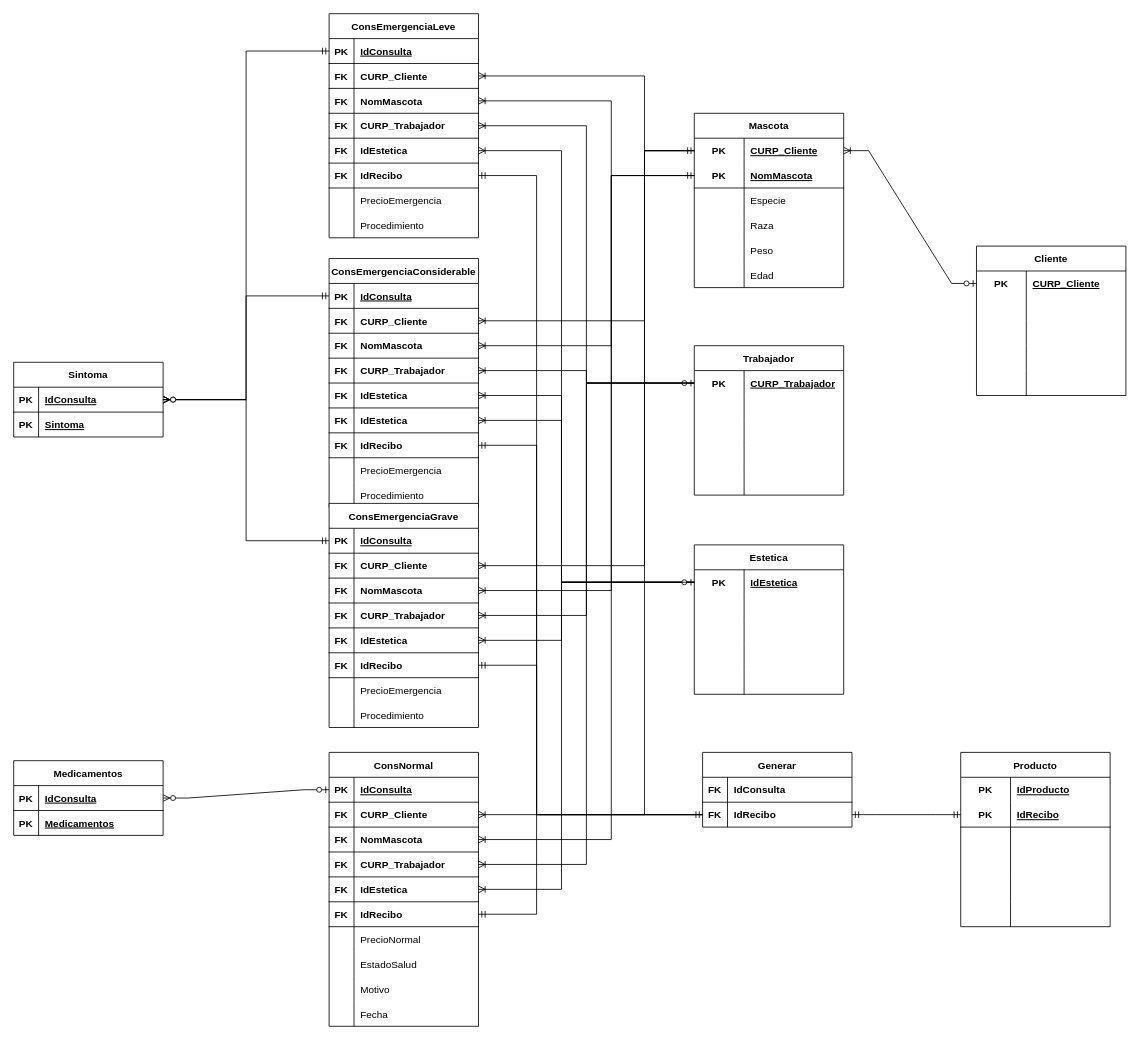
Earlier version of the draw.io diagram RelacionalAlfa.drawio (FBD-Alfa/Practica05). Source tidied: cells renumbered, new cells numbered last; positions are measured from the earlier drawing's top-left corner, leaving out a move shared by most shapes. Both pictures are drawn from the tidied source at 83%, with x=0, y=0 at pixel (13, 13).
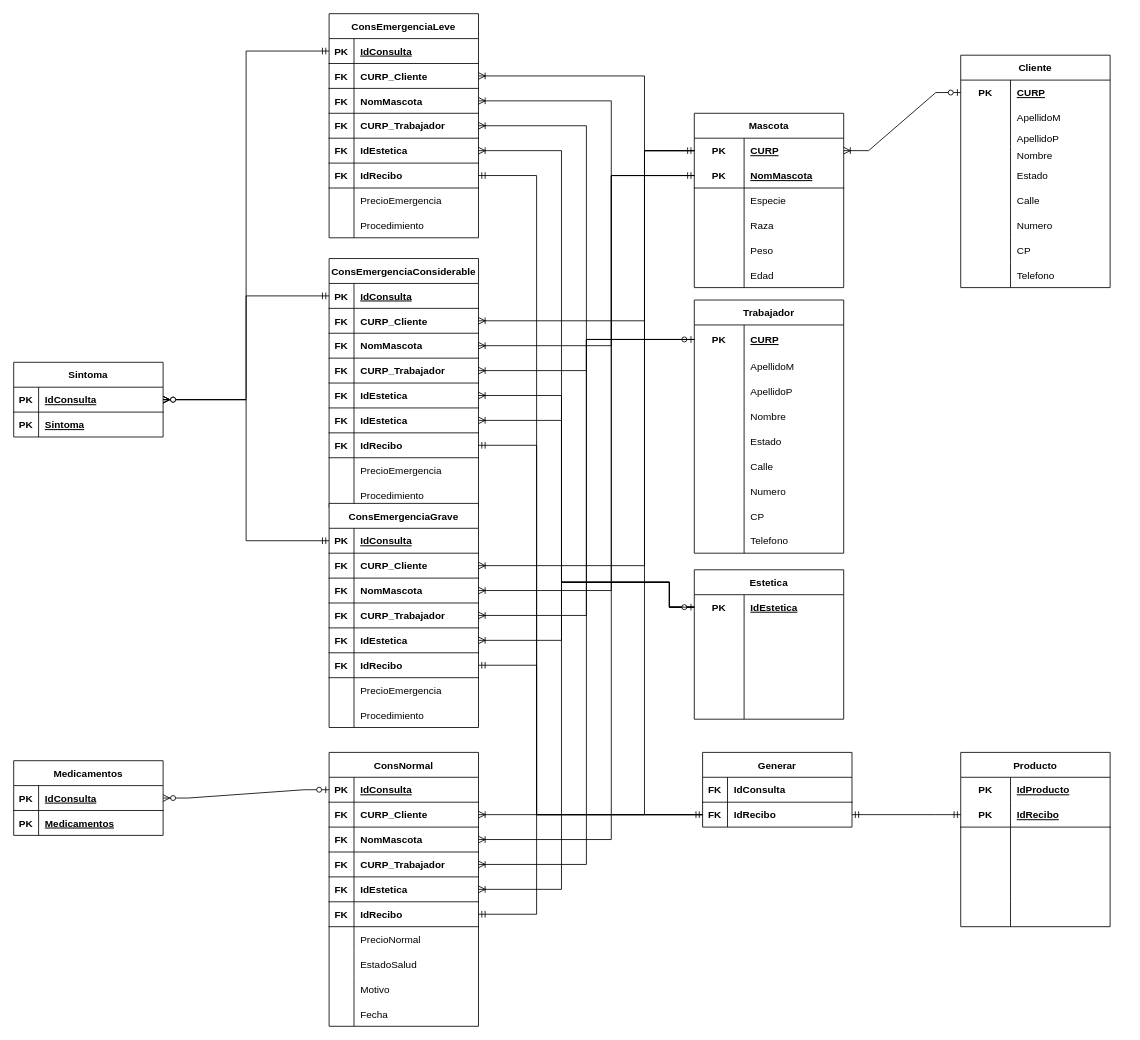
Above is the later version.

Unchanged cells that the change refers to:
```xml
<mxCell id="15" style="shape=tableRow;horizontal=0;startSize=0;swimlaneHead=0;swimlaneBody=0;fillColor=none;points=[[0,0.5],[1,0.5]];portConstraint=eastwest;top=0;left=0;right=0;bottom=1;" parent="2" vertex="1">
  <mxGeometry y="150" width="180" height="30" as="geometry" />
</mxCell>
<mxCell id="40" style="shape=tableRow;horizontal=0;startSize=0;swimlaneHead=0;swimlaneBody=0;fillColor=none;points=[[0,0.5],[1,0.5]];portConstraint=eastwest;top=0;left=0;right=0;bottom=1;" parent="27" vertex="1">
  <mxGeometry y="150" width="180" height="30" as="geometry" />
</mxCell>
<mxCell id="43" style="shape=tableRow;horizontal=0;startSize=0;swimlaneHead=0;swimlaneBody=0;fillColor=none;points=[[0,0.5],[1,0.5]];portConstraint=eastwest;top=0;left=0;right=0;bottom=1;" parent="27" vertex="1">
  <mxGeometry y="180" width="180" height="30" as="geometry" />
</mxCell>
<mxCell id="68" style="shape=tableRow;horizontal=0;startSize=0;swimlaneHead=0;swimlaneBody=0;fillColor=none;points=[[0,0.5],[1,0.5]];portConstraint=eastwest;top=0;left=0;right=0;bottom=1;" parent="55" vertex="1">
  <mxGeometry y="150" width="180" height="30" as="geometry" />
</mxCell>
<mxCell id="93" style="shape=tableRow;horizontal=0;startSize=0;swimlaneHead=0;swimlaneBody=0;fillColor=none;points=[[0,0.5],[1,0.5]];portConstraint=eastwest;top=0;left=0;right=0;bottom=1;" parent="80" vertex="1">
  <mxGeometry y="150" width="180" height="30" as="geometry" />
</mxCell>
<mxCell id="126" style="shape=tableRow;horizontal=0;startSize=0;swimlaneHead=0;swimlaneBody=0;fillColor=none;points=[[0,0.5],[1,0.5]];portConstraint=eastwest;top=0;left=0;right=0;bottom=0;" parent="125" vertex="1">
  <mxGeometry y="30" width="180" height="30" as="geometry" />
</mxCell>
<mxCell id="145" style="shape=tableRow;horizontal=0;startSize=0;swimlaneHead=0;swimlaneBody=0;fillColor=none;points=[[0,0.5],[1,0.5]];portConstraint=eastwest;top=0;left=0;right=0;bottom=0;" parent="144" vertex="1">
  <mxGeometry y="30" width="180" height="30" as="geometry" />
</mxCell>
<mxCell id="148" style="shape=tableRow;horizontal=0;startSize=0;swimlaneHead=0;swimlaneBody=0;fillColor=none;top=0;left=0;right=0;bottom=0;" parent="144" vertex="1">
  <mxGeometry y="60" width="180" height="30" as="geometry" />
</mxCell>
<mxCell id="177" style="shape=tableRow;horizontal=0;startSize=0;swimlaneHead=0;swimlaneBody=0;fillColor=none;points=[[0,0.5],[1,0.5]];portConstraint=eastwest;top=0;left=0;right=0;bottom=0;" parent="176" vertex="1">
  <mxGeometry y="30" width="180" height="30" as="geometry" />
</mxCell>
```

The edit, as a diff of the source:
```diff
@@
-    <mxCell id="128" value="CURP_Cliente" style="shape=partialRectangle;fillColor=none;top=0;left=0;bottom=0;right=0;align=left;spacingLeft=6;fontStyle=5;overflow=hidden;" parent="126" vertex="1">
+    <mxCell id="128" value="CURP" style="shape=partialRectangle;fillColor=none;top=0;left=0;bottom=0;right=0;align=left;spacingLeft=6;fontStyle=5;overflow=hidden;" parent="126" vertex="1">
       <mxGeometry x="60" width="120" height="30" as="geometry" />
     </mxCell>
@@
     <mxCell id="144" value="Cliente" style="shape=table;startSize=30;childLayout=tableLayout;rowLines=0;fontStyle=1;align=center;" parent="1" vertex="1">
-      <mxGeometry x="1160" y="280" width="180" height="180" as="geometry" />
+      <mxGeometry x="1141" y="50" width="180" height="280" as="geometry" />
     </mxCell>
@@
-    <mxCell id="147" value="CURP_Cliente" style="shape=partialRectangle;fillColor=none;top=0;left=0;bottom=0;right=0;align=left;spacingLeft=6;fontStyle=5;overflow=hidden;" parent="145" vertex="1">
+    <mxCell id="147" value="CURP" style="shape=partialRectangle;fillColor=none;top=0;left=0;bottom=0;right=0;align=left;spacingLeft=6;fontStyle=5;overflow=hidden;" parent="145" vertex="1">
       <mxGeometry x="60" width="120" height="30" as="geometry" />
     </mxCell>
@@
-    <mxCell id="150" style="shape=partialRectangle;fillColor=none;top=0;left=0;bottom=0;right=0;align=left;spacingLeft=6;overflow=hidden;" parent="148" vertex="1">
+    <mxCell id="150" value="ApellidoM " style="shape=partialRectangle;fillColor=none;top=0;left=0;bottom=0;right=0;align=left;spacingLeft=6;overflow=hidden;" parent="148" vertex="1">
       <mxGeometry x="60" width="120" height="30" as="geometry" />
     </mxCell>
     <mxCell id="151" style="shape=tableRow;horizontal=0;startSize=0;swimlaneHead=0;swimlaneBody=0;fillColor=none;top=0;left=0;right=0;bottom=0;" parent="144" vertex="1">
-      <mxGeometry y="90" width="180" height="30" as="geometry" />
+      <mxGeometry y="90" width="180" height="20" as="geometry" />
     </mxCell>
     <mxCell id="152" style="shape=partialRectangle;fillColor=none;top=0;left=0;bottom=0;right=0;overflow=hidden;" parent="151" vertex="1">
-      <mxGeometry width="60" height="30" as="geometry" />
+      <mxGeometry width="60" height="20" as="geometry" />
     </mxCell>
-    <mxCell id="153" style="shape=partialRectangle;fillColor=none;top=0;left=0;bottom=0;right=0;align=left;spacingLeft=6;overflow=hidden;" parent="151" vertex="1">
-      <mxGeometry x="60" width="120" height="30" as="geometry" />
+    <mxCell id="153" value="ApellidoP" style="shape=partialRectangle;fillColor=none;top=0;left=0;bottom=0;right=0;align=left;spacingLeft=6;overflow=hidden;" parent="151" vertex="1">
+      <mxGeometry x="60" width="120" height="20" as="geometry" />
     </mxCell>
     <mxCell id="154" style="shape=tableRow;horizontal=0;startSize=0;swimlaneHead=0;swimlaneBody=0;fillColor=none;top=0;left=0;right=0;bottom=0;" parent="144" vertex="1">
-      <mxGeometry y="120" width="180" height="30" as="geometry" />
+      <mxGeometry y="110" width="180" height="20" as="geometry" />
     </mxCell>
     <mxCell id="155" style="shape=partialRectangle;fillColor=none;top=0;left=0;bottom=0;right=0;overflow=hidden;" parent="154" vertex="1">
-      <mxGeometry width="60" height="30" as="geometry" />
+      <mxGeometry width="60" height="20" as="geometry" />
     </mxCell>
-    <mxCell id="156" style="shape=partialRectangle;fillColor=none;top=0;left=0;bottom=0;right=0;align=left;spacingLeft=6;overflow=hidden;" parent="154" vertex="1">
-      <mxGeometry x="60" width="120" height="30" as="geometry" />
+    <mxCell id="156" value="Nombre" style="shape=partialRectangle;fillColor=none;top=0;left=0;bottom=0;right=0;align=left;spacingLeft=6;overflow=hidden;" parent="154" vertex="1">
+      <mxGeometry x="60" width="120" height="20" as="geometry" />
     </mxCell>
     <mxCell id="157" style="shape=tableRow;horizontal=0;startSize=0;swimlaneHead=0;swimlaneBody=0;fillColor=none;top=0;left=0;right=0;bottom=0;" parent="144" vertex="1">
-      <mxGeometry y="150" width="180" height="30" as="geometry" />
+      <mxGeometry y="130" width="180" height="30" as="geometry" />
     </mxCell>
@@
-    <mxCell id="159" style="shape=partialRectangle;fillColor=none;top=0;left=0;bottom=0;right=0;align=left;spacingLeft=6;overflow=hidden;" parent="157" vertex="1">
+    <mxCell id="159" value="Estado   " style="shape=partialRectangle;fillColor=none;top=0;left=0;bottom=0;right=0;align=left;spacingLeft=6;overflow=hidden;" parent="157" vertex="1">
       <mxGeometry x="60" width="120" height="30" as="geometry" />
     </mxCell>
+    <mxCell id="245" style="shape=tableRow;horizontal=0;startSize=0;swimlaneHead=0;swimlaneBody=0;fillColor=none;top=0;left=0;right=0;bottom=0;" parent="144" vertex="1">
+      <mxGeometry y="160" width="180" height="30" as="geometry" />
+    </mxCell>
+    <mxCell id="246" style="shape=partialRectangle;fillColor=none;top=0;left=0;bottom=0;right=0;overflow=hidden;" parent="245" vertex="1">
+      <mxGeometry width="60" height="30" as="geometry" />
+    </mxCell>
+    <mxCell id="247" value="Calle   " style="shape=partialRectangle;fillColor=none;top=0;left=0;bottom=0;right=0;align=left;spacingLeft=6;overflow=hidden;" parent="245" vertex="1">
+      <mxGeometry x="60" width="120" height="30" as="geometry" />
+    </mxCell>
+    <mxCell id="248" style="shape=tableRow;horizontal=0;startSize=0;swimlaneHead=0;swimlaneBody=0;fillColor=none;top=0;left=0;right=0;bottom=0;" parent="144" vertex="1">
+      <mxGeometry y="190" width="180" height="30" as="geometry" />
+    </mxCell>
+    <mxCell id="249" style="shape=partialRectangle;fillColor=none;top=0;left=0;bottom=0;right=0;overflow=hidden;" parent="248" vertex="1">
+      <mxGeometry width="60" height="30" as="geometry" />
+    </mxCell>
+    <mxCell id="250" value="Numero" style="shape=partialRectangle;fillColor=none;top=0;left=0;bottom=0;right=0;align=left;spacingLeft=6;overflow=hidden;" parent="248" vertex="1">
+      <mxGeometry x="60" width="120" height="30" as="geometry" />
+    </mxCell>
+    <mxCell id="251" style="shape=tableRow;horizontal=0;startSize=0;swimlaneHead=0;swimlaneBody=0;fillColor=none;top=0;left=0;right=0;bottom=0;" parent="144" vertex="1">
+      <mxGeometry y="220" width="180" height="30" as="geometry" />
+    </mxCell>
+    <mxCell id="252" style="shape=partialRectangle;fillColor=none;top=0;left=0;bottom=0;right=0;overflow=hidden;" parent="251" vertex="1">
+      <mxGeometry width="60" height="30" as="geometry" />
+    </mxCell>
+    <mxCell id="253" value="CP" style="shape=partialRectangle;fillColor=none;top=0;left=0;bottom=0;right=0;align=left;spacingLeft=6;overflow=hidden;" parent="251" vertex="1">
+      <mxGeometry x="60" width="120" height="30" as="geometry" />
+    </mxCell>
+    <mxCell id="254" style="shape=tableRow;horizontal=0;startSize=0;swimlaneHead=0;swimlaneBody=0;fillColor=none;top=0;left=0;right=0;bottom=0;" parent="144" vertex="1">
+      <mxGeometry y="250" width="180" height="30" as="geometry" />
+    </mxCell>
+    <mxCell id="255" style="shape=partialRectangle;fillColor=none;top=0;left=0;bottom=0;right=0;overflow=hidden;" parent="254" vertex="1">
+      <mxGeometry width="60" height="30" as="geometry" />
+    </mxCell>
+    <mxCell id="256" value="Telefono" style="shape=partialRectangle;fillColor=none;top=0;left=0;bottom=0;right=0;align=left;spacingLeft=6;overflow=hidden;" parent="254" vertex="1">
+      <mxGeometry x="60" width="120" height="30" as="geometry" />
+    </mxCell>
     <mxCell id="160" value="Trabajador" style="shape=table;startSize=30;childLayout=tableLayout;rowLines=0;fontStyle=1;align=center;" parent="1" vertex="1">
-      <mxGeometry x="820" y="400" width="180" height="180" as="geometry" />
+      <mxGeometry x="820" y="345" width="180" height="305" as="geometry" />
     </mxCell>
     <mxCell id="161" style="shape=tableRow;horizontal=0;startSize=0;swimlaneHead=0;swimlaneBody=0;fillColor=none;points=[[0,0.5],[1,0.5]];portConstraint=eastwest;top=0;left=0;right=0;bottom=0;" parent="160" vertex="1">
-      <mxGeometry y="30" width="180" height="30" as="geometry" />
+      <mxGeometry y="30" width="180" height="35" as="geometry" />
     </mxCell>
     <mxCell id="162" value="PK" style="shape=partialRectangle;fillColor=none;top=0;left=0;bottom=0;right=0;fontStyle=1;overflow=hidden;" parent="161" vertex="1">
-      <mxGeometry width="60" height="30" as="geometry" />
+      <mxGeometry width="60" height="35" as="geometry" />
     </mxCell>
-    <mxCell id="163" value="CURP_Trabajador" style="shape=partialRectangle;fillColor=none;top=0;left=0;bottom=0;right=0;align=left;spacingLeft=6;fontStyle=5;overflow=hidden;" parent="161" vertex="1">
-      <mxGeometry x="60" width="120" height="30" as="geometry" />
+    <mxCell id="163" value="CURP" style="shape=partialRectangle;fillColor=none;top=0;left=0;bottom=0;right=0;align=left;spacingLeft=6;fontStyle=5;overflow=hidden;" parent="161" vertex="1">
+      <mxGeometry x="60" width="120" height="35" as="geometry" />
     </mxCell>
     <mxCell id="164" style="shape=tableRow;horizontal=0;startSize=0;swimlaneHead=0;swimlaneBody=0;fillColor=none;top=0;left=0;right=0;bottom=0;" parent="160" vertex="1">
-      <mxGeometry y="60" width="180" height="30" as="geometry" />
+      <mxGeometry y="65" width="180" height="30" as="geometry" />
     </mxCell>
@@
-    <mxCell id="166" style="shape=partialRectangle;fillColor=none;top=0;left=0;bottom=0;right=0;align=left;spacingLeft=6;overflow=hidden;" parent="164" vertex="1">
+    <mxCell id="166" value="ApellidoM   " style="shape=partialRectangle;fillColor=none;top=0;left=0;bottom=0;right=0;align=left;spacingLeft=6;overflow=hidden;" parent="164" vertex="1">
       <mxGeometry x="60" width="120" height="30" as="geometry" />
     </mxCell>
+    <mxCell id="257" style="shape=tableRow;horizontal=0;startSize=0;swimlaneHead=0;swimlaneBody=0;fillColor=none;top=0;left=0;right=0;bottom=0;" parent="160" vertex="1">
+      <mxGeometry y="95" width="180" height="30" as="geometry" />
+    </mxCell>
+    <mxCell id="258" style="shape=partialRectangle;fillColor=none;top=0;left=0;bottom=0;right=0;overflow=hidden;" parent="257" vertex="1">
+      <mxGeometry width="60" height="30" as="geometry" />
+    </mxCell>
+    <mxCell id="259" value="ApellidoP" style="shape=partialRectangle;fillColor=none;top=0;left=0;bottom=0;right=0;align=left;spacingLeft=6;overflow=hidden;" parent="257" vertex="1">
+      <mxGeometry x="60" width="120" height="30" as="geometry" />
+    </mxCell>
+    <mxCell id="260" style="shape=tableRow;horizontal=0;startSize=0;swimlaneHead=0;swimlaneBody=0;fillColor=none;top=0;left=0;right=0;bottom=0;" parent="160" vertex="1">
+      <mxGeometry y="125" width="180" height="30" as="geometry" />
+    </mxCell>
+    <mxCell id="261" style="shape=partialRectangle;fillColor=none;top=0;left=0;bottom=0;right=0;overflow=hidden;" parent="260" vertex="1">
+      <mxGeometry width="60" height="30" as="geometry" />
+    </mxCell>
+    <mxCell id="262" value="Nombre" style="shape=partialRectangle;fillColor=none;top=0;left=0;bottom=0;right=0;align=left;spacingLeft=6;overflow=hidden;" parent="260" vertex="1">
+      <mxGeometry x="60" width="120" height="30" as="geometry" />
+    </mxCell>
     <mxCell id="167" style="shape=tableRow;horizontal=0;startSize=0;swimlaneHead=0;swimlaneBody=0;fillColor=none;top=0;left=0;right=0;bottom=0;" parent="160" vertex="1">
-      <mxGeometry y="90" width="180" height="30" as="geometry" />
+      <mxGeometry y="155" width="180" height="30" as="geometry" />
     </mxCell>
@@
-    <mxCell id="169" style="shape=partialRectangle;fillColor=none;top=0;left=0;bottom=0;right=0;align=left;spacingLeft=6;overflow=hidden;" parent="167" vertex="1">
+    <mxCell id="169" value="Estado" style="shape=partialRectangle;fillColor=none;top=0;left=0;bottom=0;right=0;align=left;spacingLeft=6;overflow=hidden;" parent="167" vertex="1">
       <mxGeometry x="60" width="120" height="30" as="geometry" />
     </mxCell>
     <mxCell id="170" style="shape=tableRow;horizontal=0;startSize=0;swimlaneHead=0;swimlaneBody=0;fillColor=none;top=0;left=0;right=0;bottom=0;" parent="160" vertex="1">
-      <mxGeometry y="120" width="180" height="30" as="geometry" />
+      <mxGeometry y="185" width="180" height="30" as="geometry" />
     </mxCell>
@@
-    <mxCell id="172" style="shape=partialRectangle;fillColor=none;top=0;left=0;bottom=0;right=0;align=left;spacingLeft=6;overflow=hidden;" parent="170" vertex="1">
+    <mxCell id="172" value="Calle" style="shape=partialRectangle;fillColor=none;top=0;left=0;bottom=0;right=0;align=left;spacingLeft=6;overflow=hidden;" parent="170" vertex="1">
       <mxGeometry x="60" width="120" height="30" as="geometry" />
     </mxCell>
     <mxCell id="173" style="shape=tableRow;horizontal=0;startSize=0;swimlaneHead=0;swimlaneBody=0;fillColor=none;top=0;left=0;right=0;bottom=0;" parent="160" vertex="1">
-      <mxGeometry y="150" width="180" height="30" as="geometry" />
+      <mxGeometry y="215" width="180" height="30" as="geometry" />
     </mxCell>
@@
-    <mxCell id="175" style="shape=partialRectangle;fillColor=none;top=0;left=0;bottom=0;right=0;align=left;spacingLeft=6;overflow=hidden;" parent="173" vertex="1">
+    <mxCell id="175" value="Numero" style="shape=partialRectangle;fillColor=none;top=0;left=0;bottom=0;right=0;align=left;spacingLeft=6;overflow=hidden;" parent="173" vertex="1">
       <mxGeometry x="60" width="120" height="30" as="geometry" />
     </mxCell>
+    <mxCell id="263" style="shape=tableRow;horizontal=0;startSize=0;swimlaneHead=0;swimlaneBody=0;fillColor=none;top=0;left=0;right=0;bottom=0;" parent="160" vertex="1">
+      <mxGeometry y="245" width="180" height="30" as="geometry" />
+    </mxCell>
+    <mxCell id="264" style="shape=partialRectangle;fillColor=none;top=0;left=0;bottom=0;right=0;overflow=hidden;" parent="263" vertex="1">
+      <mxGeometry width="60" height="30" as="geometry" />
+    </mxCell>
+    <mxCell id="265" value="CP" style="shape=partialRectangle;fillColor=none;top=0;left=0;bottom=0;right=0;align=left;spacingLeft=6;overflow=hidden;" parent="263" vertex="1">
+      <mxGeometry x="60" width="120" height="30" as="geometry" />
+    </mxCell>
+    <mxCell id="266" style="shape=tableRow;horizontal=0;startSize=0;swimlaneHead=0;swimlaneBody=0;fillColor=none;top=0;left=0;right=0;bottom=0;" parent="160" vertex="1">
+      <mxGeometry y="275" width="180" height="30" as="geometry" />
+    </mxCell>
+    <mxCell id="267" style="shape=partialRectangle;fillColor=none;top=0;left=0;bottom=0;right=0;overflow=hidden;" parent="266" vertex="1">
+      <mxGeometry width="60" height="30" as="geometry" />
+    </mxCell>
+    <mxCell id="268" value="Telefono" style="shape=partialRectangle;fillColor=none;top=0;left=0;bottom=0;right=0;align=left;spacingLeft=6;overflow=hidden;" parent="266" vertex="1">
+      <mxGeometry x="60" width="120" height="30" as="geometry" />
+    </mxCell>
     <mxCell id="176" value="Estetica" style="shape=table;startSize=30;childLayout=tableLayout;rowLines=0;fontStyle=1;align=center;" parent="1" vertex="1">
-      <mxGeometry x="820" y="640" width="180" height="180" as="geometry" />
+      <mxGeometry x="820" y="670" width="180" height="180" as="geometry" />
     </mxCell>
@@
-    <mxCell id="230" style="edgeStyle=orthogonalEdgeStyle;fontSize=12;html=1;endArrow=ERoneToMany;rounded=0;entryX=1;entryY=0.5;entryDx=0;entryDy=0;" parent="1" edge="1" source="177" target="15">
+    <mxCell id="230" style="edgeStyle=orthogonalEdgeStyle;fontSize=12;html=1;endArrow=ERoneToMany;rounded=0;entryX=1;entryY=0.5;entryDx=0;entryDy=0;exitX=0;exitY=0.5;exitDx=0;exitDy=0;" parent="1" edge="1" source="177" target="15">
       <mxGeometry relative="1" as="geometry">
         <Array as="points">
+          <mxPoint x="790" y="715" />
+          <mxPoint x="790" y="685" />
           <mxPoint x="660" y="685" />
           <mxPoint x="660" y="165" />
         </Array>
       </mxGeometry>
     </mxCell>
-    <mxCell id="231" style="edgeStyle=orthogonalEdgeStyle;fontSize=12;html=1;endArrow=ERoneToMany;rounded=0;entryX=1;entryY=0.5;entryDx=0;entryDy=0;" parent="1" edge="1" source="177" target="40">
+    <mxCell id="231" style="edgeStyle=orthogonalEdgeStyle;fontSize=12;html=1;endArrow=ERoneToMany;rounded=0;entryX=1;entryY=0.5;entryDx=0;entryDy=0;" parent="1" edge="1" target="40">
       <mxGeometry relative="1" as="geometry">
+        <mxPoint x="820" y="715" as="sourcePoint" />
         <Array as="points">
+          <mxPoint x="790" y="715" />
+          <mxPoint x="790" y="685" />
           <mxPoint x="660" y="685" />
           <mxPoint x="660" y="460" />
         </Array>
       </mxGeometry>
     </mxCell>
-    <mxCell id="232" style="edgeStyle=orthogonalEdgeStyle;fontSize=12;html=1;endArrow=ERoneToMany;rounded=0;entryX=1;entryY=0.5;entryDx=0;entryDy=0;" parent="1" edge="1" source="177" target="93">
+    <mxCell id="232" style="edgeStyle=orthogonalEdgeStyle;fontSize=12;html=1;endArrow=ERoneToMany;rounded=0;entryX=1;entryY=0.5;entryDx=0;entryDy=0;exitX=0;exitY=0.5;exitDx=0;exitDy=0;" parent="1" edge="1" source="177" target="93">
       <mxGeometry relative="1" as="geometry">
         <Array as="points">
+          <mxPoint x="790" y="715" />
+          <mxPoint x="790" y="685" />
           <mxPoint x="660" y="685" />
           <mxPoint x="660" y="1055" />
         </Array>
       </mxGeometry>
     </mxCell>
-    <mxCell id="233" style="edgeStyle=orthogonalEdgeStyle;fontSize=12;html=1;endArrow=ERoneToMany;startArrow=ERzeroToOne;rounded=0;entryX=1;entryY=0.5;entryDx=0;entryDy=0;" parent="1" edge="1" source="177" target="68">
+    <mxCell id="233" style="edgeStyle=orthogonalEdgeStyle;fontSize=12;html=1;endArrow=ERoneToMany;startArrow=ERzeroToOne;rounded=0;entryX=1;entryY=0.5;entryDx=0;entryDy=0;exitX=0;exitY=0.5;exitDx=0;exitDy=0;" parent="1" edge="1" source="177" target="68">
       <mxGeometry relative="1" as="geometry">
         <Array as="points">
+          <mxPoint x="790" y="715" />
+          <mxPoint x="790" y="685" />
           <mxPoint x="660" y="685" />
           <mxPoint x="660" y="755" />
         </Array>
       </mxGeometry>
     </mxCell>
@@
     <mxCell id="238" style="edgeStyle=orthogonalEdgeStyle;fontSize=12;html=1;endArrow=ERoneToMany;rounded=0;entryX=1;entryY=0.5;entryDx=0;entryDy=0;" parent="1" edge="1" source="177" target="43">
       <mxGeometry relative="1" as="geometry">
         <Array as="points">
+          <mxPoint x="790" y="715" />
+          <mxPoint x="790" y="685" />
           <mxPoint x="660" y="685" />
           <mxPoint x="660" y="490" />
         </Array>
       </mxGeometry>
     </mxCell>
```
